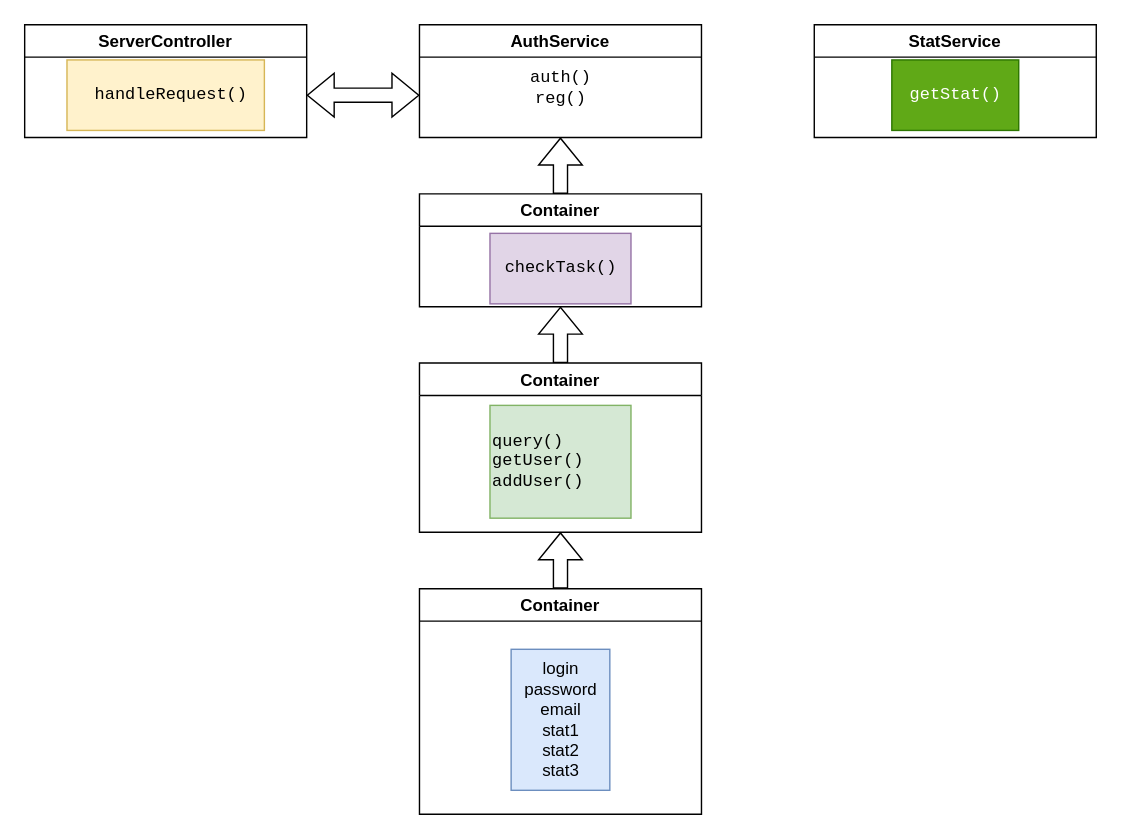
This is диаграмма классов.drawio from Haskeri/draw, a draw.io file, before an edit. Source tidied: cells renumbered, new cells numbered last; positions are measured from the earlier drawing's top-left corner, leaving out a move shared by most shapes. Both pictures are drawn from the tidied source at 141%, with x=0, y=0 at pixel (24, 24).
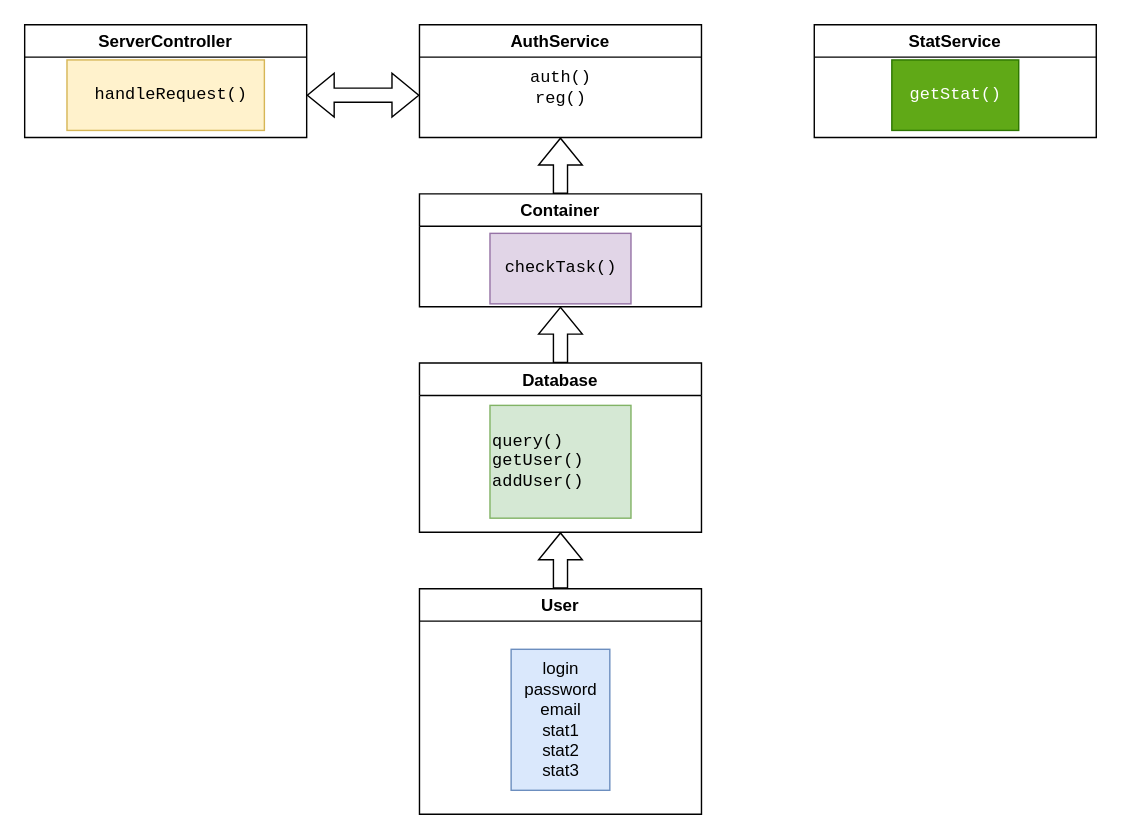
The same diagram, later.

What changed in the source:
```diff
@@
 <mxGraphModel>
   <root>
     <mxCell id="0" />
     <mxCell id="1" parent="0" />
     <mxCell id="2" value="ServerController" style="swimlane;" parent="1" vertex="1">
       <mxGeometry width="200" height="80" as="geometry" />
     </mxCell>
     <mxCell id="3" value="&lt;pre&gt; handleRequest()&lt;/pre&gt;" style="text;html=1;align=center;verticalAlign=middle;strokeColor=#d6b656;fillColor=#fff2cc;" parent="2" vertex="1">
       <mxGeometry x="30" y="25" width="140" height="50" as="geometry" />
     </mxCell>
     <mxCell id="4" value="StatService" style="swimlane;" parent="1" vertex="1">
       <mxGeometry x="560" width="200" height="80" as="geometry" />
     </mxCell>
     <mxCell id="5" value="&lt;pre&gt;getStat()&lt;/pre&gt;" style="text;html=1;align=center;verticalAlign=middle;strokeColor=#2D7600;fillColor=#60a917;fontColor=#ffffff;" parent="4" vertex="1">
       <mxGeometry x="55" y="25" width="90" height="50" as="geometry" />
     </mxCell>
     <mxCell id="6" value="AuthService " style="swimlane;" parent="1" vertex="1">
       <mxGeometry x="280" width="200" height="80" as="geometry" />
     </mxCell>
     <mxCell id="7" value="&lt;pre&gt;auth()&lt;br&gt;reg()&lt;/pre&gt;" style="text;html=1;align=center;verticalAlign=middle;" parent="6" vertex="1">
       <mxGeometry x="65" y="10" width="70" height="70" as="geometry" />
     </mxCell>
     <mxCell id="8" value="Container" style="swimlane;" parent="1" vertex="1">
       <mxGeometry x="280" y="120" width="200" height="80" as="geometry" />
     </mxCell>
-    <mxCell id="9" value="Container" style="swimlane;" parent="1" vertex="1">
+    <mxCell id="9" value="Database " style="swimlane;" parent="1" vertex="1">
       <mxGeometry x="280" y="240" width="200" height="120" as="geometry" />
     </mxCell>
     <mxCell id="10" value="&lt;div align=&quot;left&quot;&gt;&lt;pre&gt;query()&lt;br&gt;getUser()&lt;br&gt;addUser() &lt;/pre&gt;&lt;/div&gt;" style="text;html=1;align=left;verticalAlign=middle;strokeColor=#82b366;fillColor=#d5e8d4;" parent="9" vertex="1">
       <mxGeometry x="50" y="30" width="100" height="80" as="geometry" />
     </mxCell>
-    <mxCell id="11" value="Container" style="swimlane;" parent="1" vertex="1">
+    <mxCell id="11" value="User" style="swimlane;startSize=23;" parent="1" vertex="1">
       <mxGeometry x="280" y="400" width="200" height="160" as="geometry" />
     </mxCell>
     <mxCell id="12" style="shape=flexArrow;endArrow=classic;html=1;rounded=0;entryX=0.5;entryY=1;entryDx=0;entryDy=0;" parent="1" edge="1" source="8" target="6">
       <mxGeometry relative="1" as="geometry" />
     </mxCell>
     <mxCell id="13" style="shape=flexArrow;endArrow=classic;html=1;rounded=0;exitX=0.5;exitY=0;exitDx=0;exitDy=0;" parent="1" edge="1" source="9">
       <mxGeometry relative="1" as="geometry">
         <mxPoint x="380" y="200" as="targetPoint" />
       </mxGeometry>
     </mxCell>
     <mxCell id="14" style="shape=flexArrow;endArrow=classic;html=1;rounded=0;entryX=0.5;entryY=1;entryDx=0;entryDy=0;" parent="1" edge="1" source="11" target="9">
       <mxGeometry relative="1" as="geometry" />
     </mxCell>
     <mxCell id="15" style="shape=flexArrow;endArrow=classic;startArrow=classic;html=1;rounded=0;" parent="1" edge="1">
       <mxGeometry relative="1" as="geometry">
         <mxPoint x="200" y="50" as="sourcePoint" />
         <mxPoint x="280" y="50" as="targetPoint" />
       </mxGeometry>
     </mxCell>
     <mxCell id="16" value="&lt;pre&gt;checkTask()&lt;/pre&gt;" style="text;html=1;align=center;verticalAlign=middle;strokeColor=#9673a6;fillColor=#e1d5e7;" parent="1" vertex="1">
       <mxGeometry x="330" y="148" width="100" height="50" as="geometry" />
     </mxCell>
     <mxCell id="17" value="&lt;div&gt;login&lt;/div&gt;&lt;div&gt;password&lt;/div&gt;&lt;div&gt;email&lt;/div&gt;&lt;div&gt;stat1&lt;/div&gt;&lt;div&gt;stat2&lt;/div&gt;&lt;div&gt;stat3&lt;/div&gt;" style="text;html=1;align=center;verticalAlign=middle;strokeColor=#6c8ebf;fillColor=#dae8fc;" parent="1" vertex="1">
       <mxGeometry x="345" y="443" width="70" height="100" as="geometry" />
     </mxCell>
   </root>
 </mxGraphModel>
```
